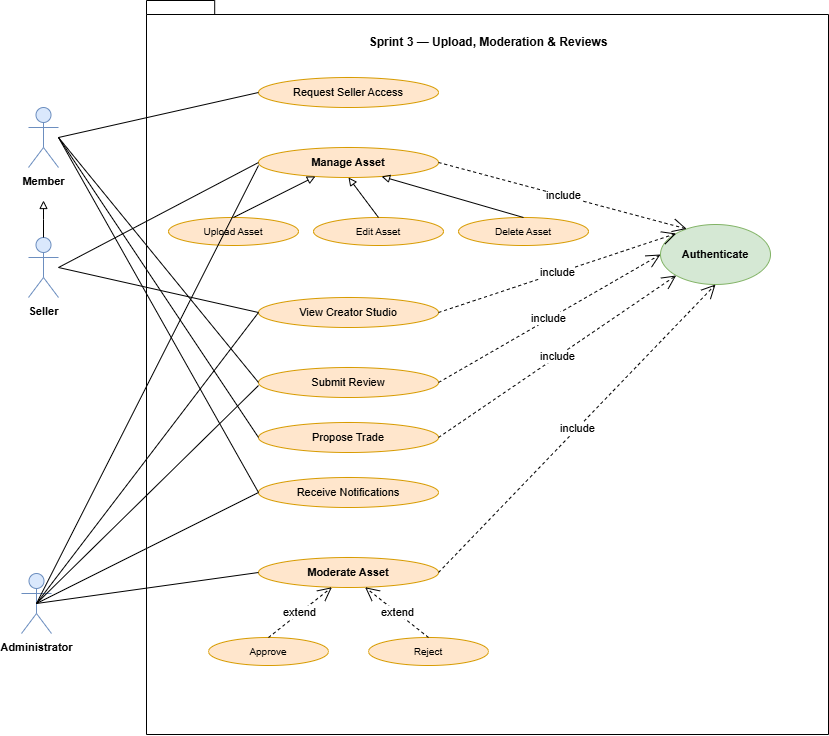
AsmaDaoussi/report keeps this draw.io diagram as images/diagrams/uc_s3.png. Above is the earlier version. Source tidied: cells renumbered, new cells last; positions are measured from the earlier drawing's top-left corner, leaving out a move shared by most shapes.
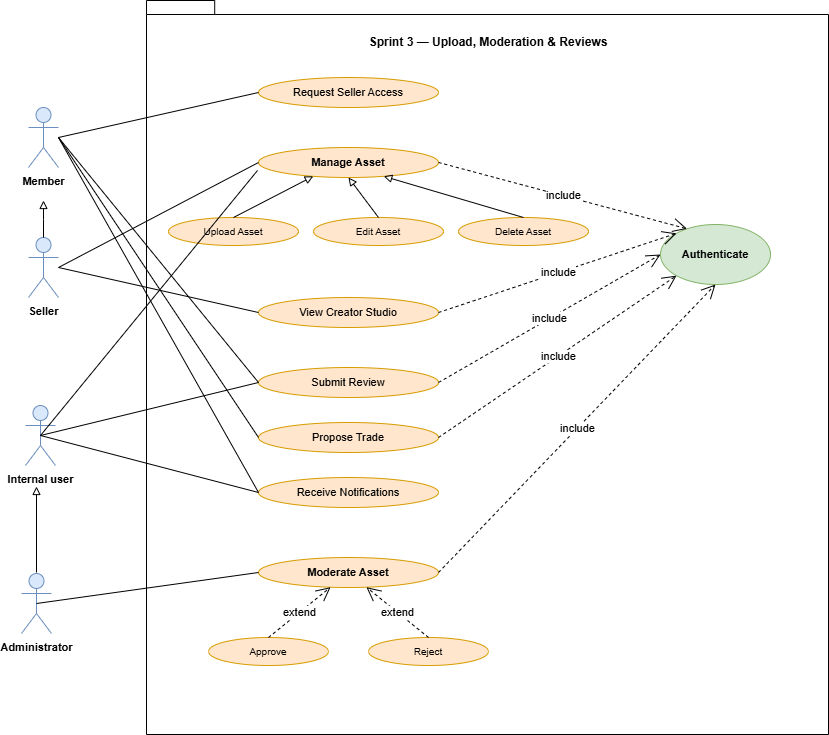
Later version of the same file.

Change to the diagram source:
```diff
@@ -112,21 +112,25 @@
     <mxCell id="37" value="include" style="endArrow=open;endSize=12;dashed=1;html=1;rounded=0;exitX=1;exitY=0.5;entryX=0.5;entryY=1;" parent="1" edge="1" source="13" target="16">
       <mxGeometry relative="1" as="geometry" />
     </mxCell>
-    <mxCell id="38" style="endArrow=none;html=1;rounded=0;entryX=0;entryY=0.5;entryDx=0;entryDy=0;exitX=0.5;exitY=0.5;exitDx=0;exitDy=0;exitPerimeter=0;" parent="1" edge="1" source="19" target="12">
-      <mxGeometry relative="1" as="geometry" />
-    </mxCell>
-    <mxCell id="39" style="endArrow=none;html=1;rounded=0;entryX=0;entryY=0.5;exitX=0.5;exitY=0.5;exitDx=0;exitDy=0;exitPerimeter=0;" parent="1" edge="1" source="19">
-      <mxGeometry relative="1" as="geometry">
-        <mxPoint x="237" y="385" as="targetPoint" />
-      </mxGeometry>
-    </mxCell>
-    <mxCell id="40" style="endArrow=none;html=1;rounded=0;exitX=0.5;exitY=0.5;exitDx=0;exitDy=0;exitPerimeter=0;entryX=0;entryY=0.5;entryDx=0;entryDy=0;" parent="1" edge="1" source="19" target="9">
-      <mxGeometry relative="1" as="geometry" />
-    </mxCell>
-    <mxCell id="41" style="endArrow=none;html=1;rounded=0;exitX=0.5;exitY=0.5;exitDx=0;exitDy=0;exitPerimeter=0;" parent="1" edge="1" source="19">
-      <mxGeometry relative="1" as="geometry">
-        <mxPoint x="237" y="165" as="targetPoint" />
-      </mxGeometry>
+    <mxCell id="41" value="&lt;span style=&quot;font-size: 11px; font-weight: 700;&quot;&gt;Internal user&lt;/span&gt;" style="shape=umlActor;verticalLabelPosition=bottom;verticalAlign=top;html=1;fillColor=#dae8fc;strokeColor=#6c8ebf;" parent="1" vertex="1">
+      <mxGeometry x="4" y="405" width="30" height="60" as="geometry" />
     </mxCell>
+    <mxCell id="42" style="edgeStyle=orthogonalEdgeStyle;rounded=0;html=1;startArrow=none;endArrow=block;endFill=0;exitX=0.5;exitY=0;" parent="1" edge="1">
+      <mxGeometry relative="1" as="geometry">
+        <mxPoint x="15" y="572" as="sourcePoint" />
+        <mxPoint x="15" y="486" as="targetPoint" />
+      </mxGeometry>
+    </mxCell>
+    <mxCell id="43" style="endArrow=none;html=1;rounded=0;entryX=0.5;entryY=0.5;entryDx=0;entryDy=0;entryPerimeter=0;" parent="1" edge="1" target="41">
+      <mxGeometry relative="1" as="geometry">
+        <mxPoint x="236" y="170" as="sourcePoint" />
+      </mxGeometry>
+    </mxCell>
+    <mxCell id="44" style="endArrow=none;html=1;rounded=0;entryX=0.5;entryY=0.5;entryDx=0;entryDy=0;entryPerimeter=0;exitX=0;exitY=0.5;exitDx=0;exitDy=0;" parent="1" edge="1" source="10" target="41">
+      <mxGeometry relative="1" as="geometry" />
+    </mxCell>
+    <mxCell id="45" style="endArrow=none;html=1;rounded=0;entryX=0.5;entryY=0.5;entryDx=0;entryDy=0;entryPerimeter=0;exitX=0;exitY=0.5;exitDx=0;exitDy=0;" parent="1" edge="1" source="12" target="41">
+      <mxGeometry relative="1" as="geometry" />
+    </mxCell>
   </root>
 </mxGraphModel>
```
